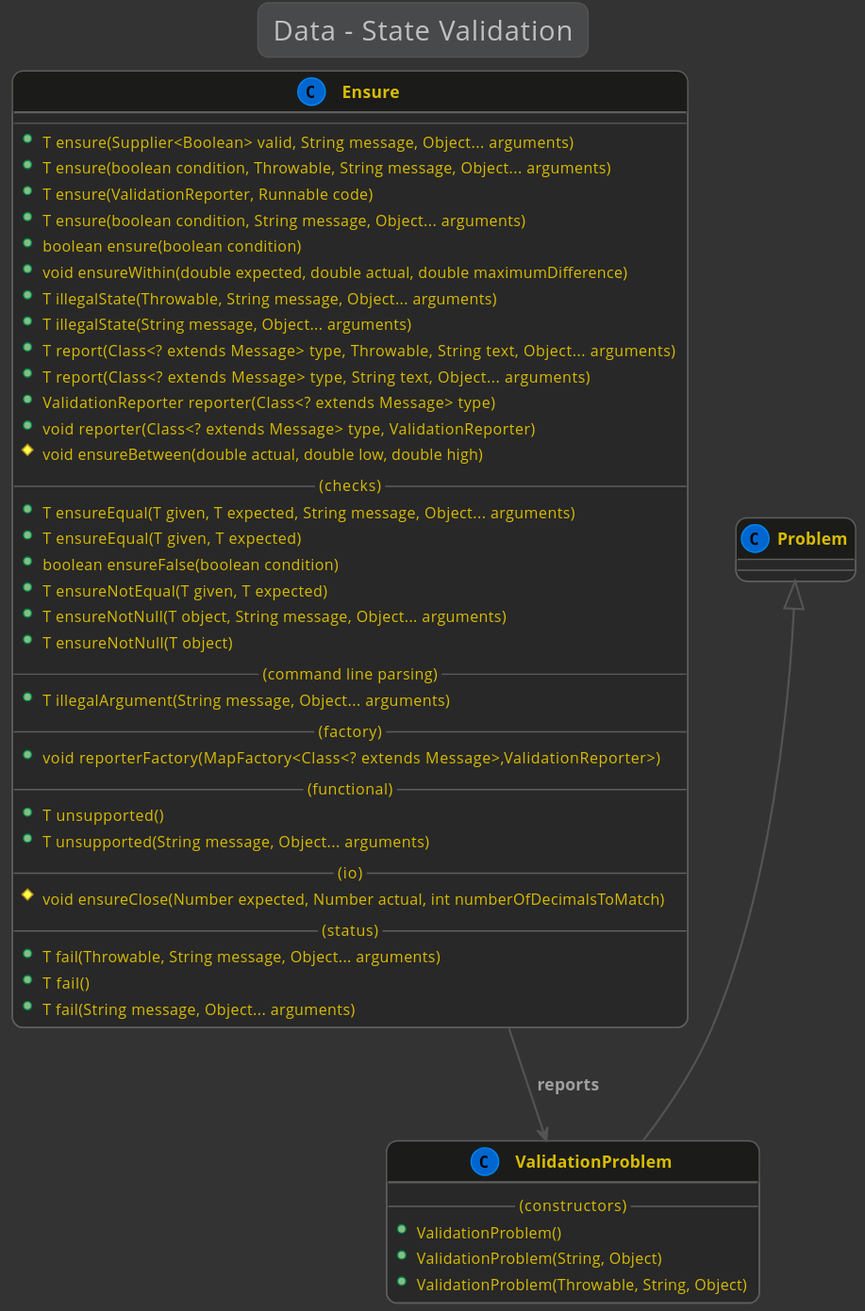
Before: kivakit-core/kernel/documentation/diagrams/diagram-data-validation-ensure.svg, a diagram exported from PlantUML (Telenav/kivakit).
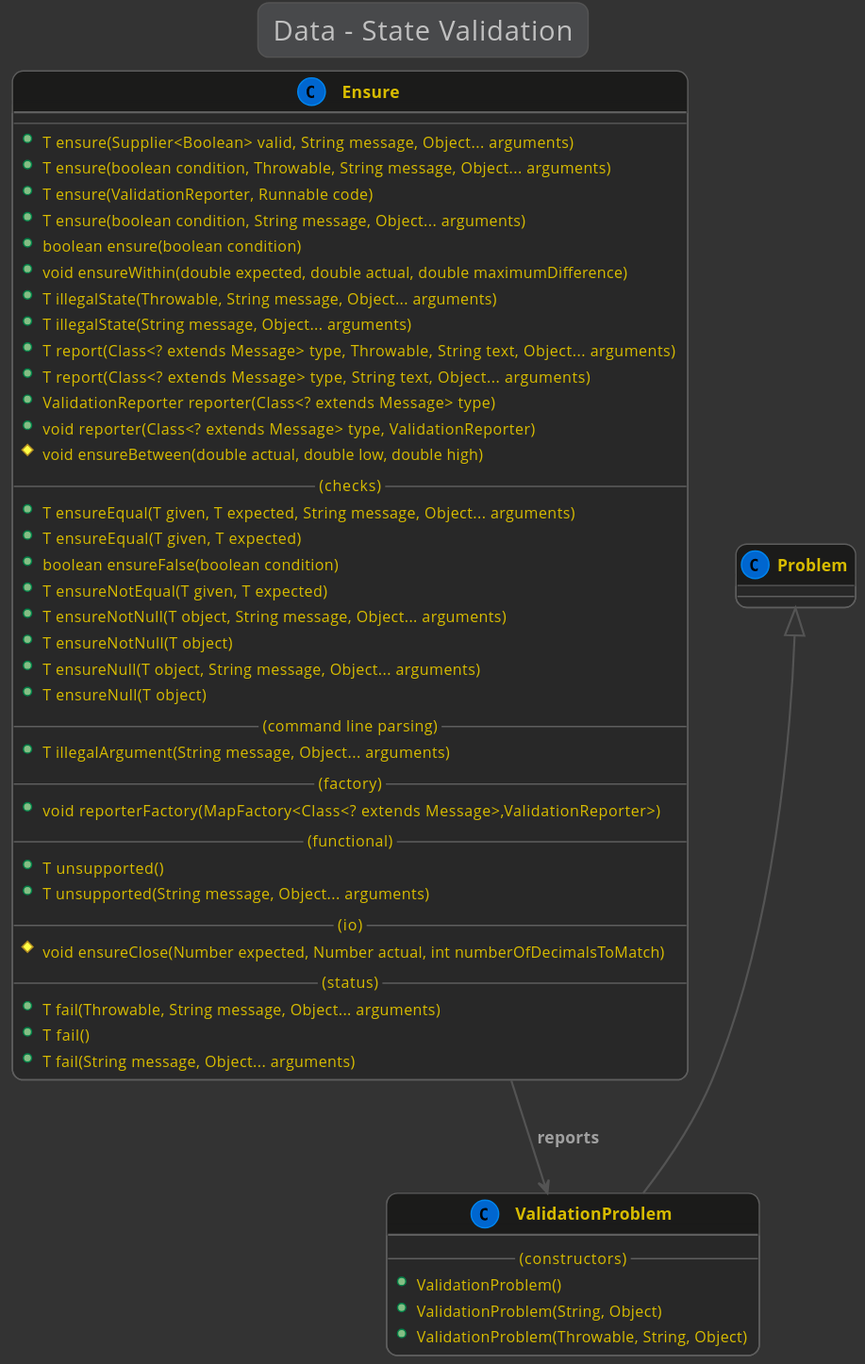
Above is the later version.

Diff of the diagram source:
```diff
@@ -28,6 +28,8 @@
         +T ensureNotEqual(T given, T expected)
         +T ensureNotNull(T object, String message, Object... arguments)
         +T ensureNotNull(T object)
+        +T ensureNull(T object, String message, Object... arguments)
+        +T ensureNull(T object)
         --(command line parsing)--
         +T illegalArgument(String message, Object... arguments)
         --(factory)--
```
